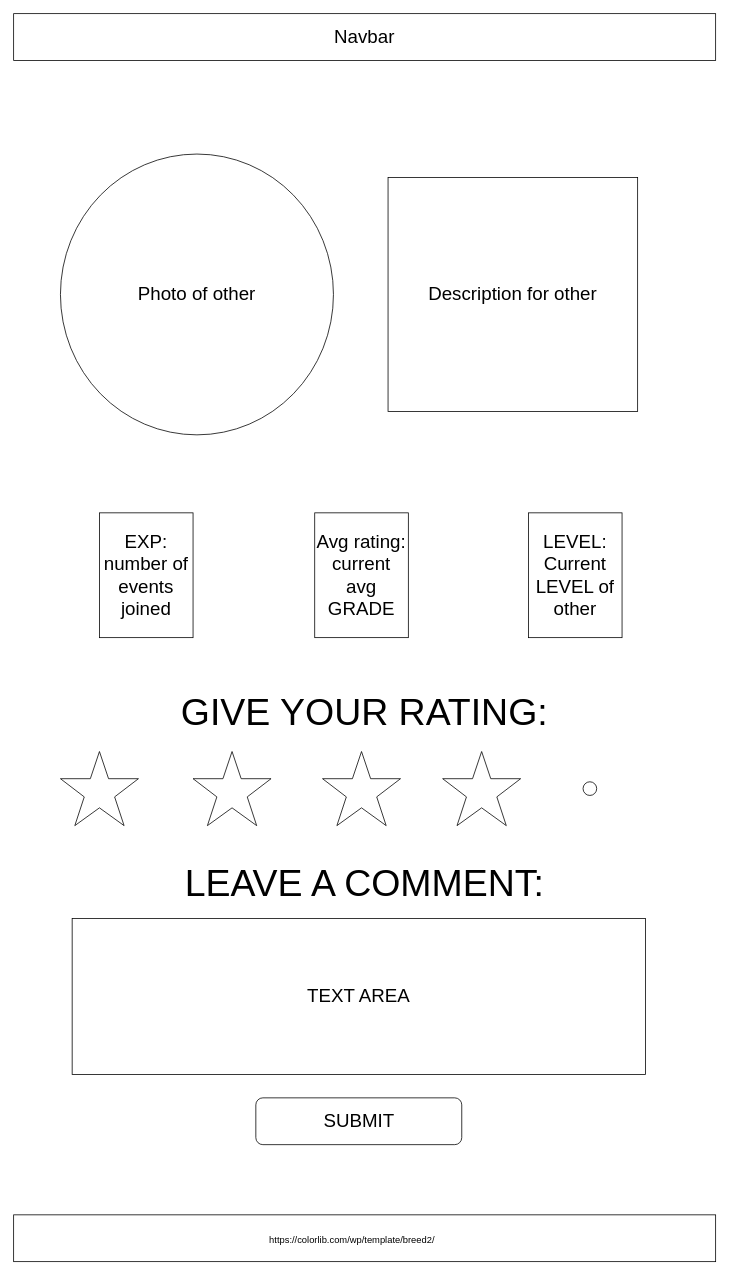
timven2004/letsHike keeps this draw.io diagram as wireframe/GivingGradesToOthers.drawio. Above is the earlier version. Source tidied: cells renumbered, new cells numbered last; positions are measured from the earlier drawing's top-left corner, leaving out a move shared by most shapes. Both pictures are drawn from the tidied source at 78%, with x=0, y=0 at pixel (13, 13).
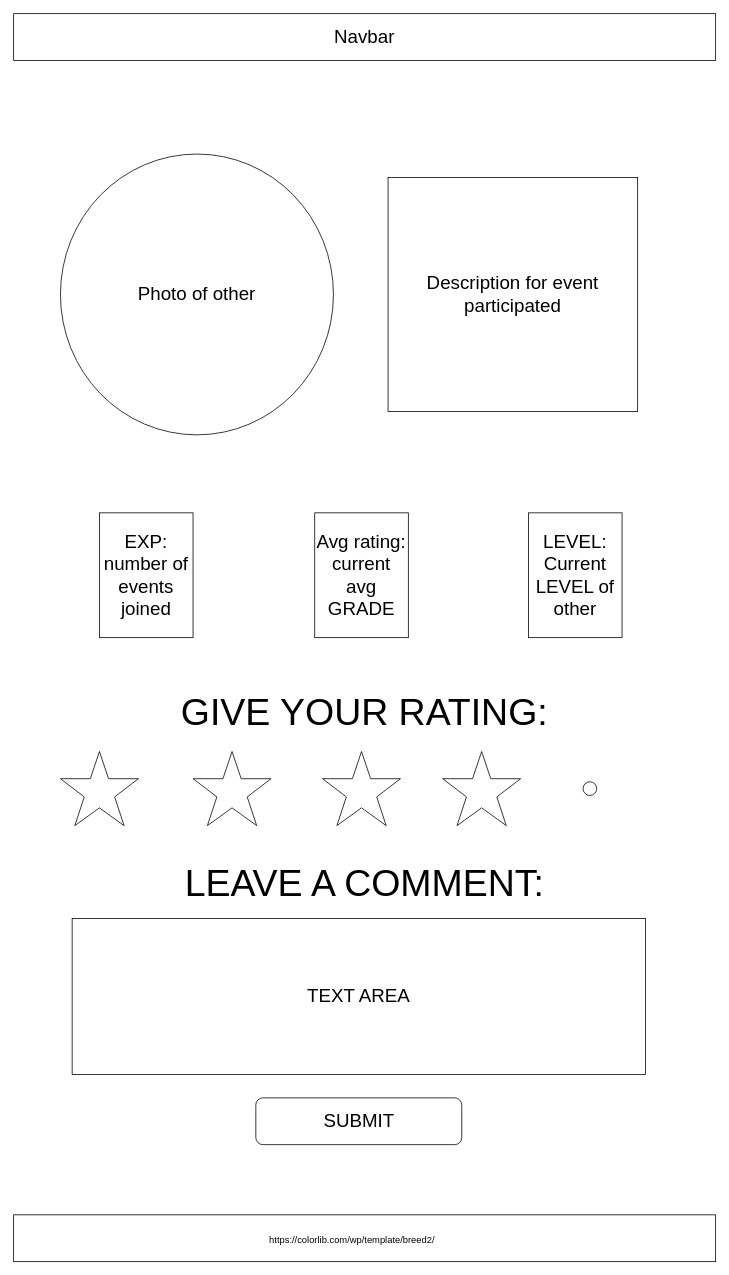
Above is the later version.

What changed in the source:
```diff
@@
 <mxGraphModel>
   <root>
     <mxCell id="0" />
     <mxCell id="1" parent="0" />
     <mxCell id="2" value="&lt;font style=&quot;font-size: 24px&quot;&gt;Photo of other&lt;/font&gt;" style="ellipse;whiteSpace=wrap;html=1;" parent="1" vertex="1">
       <mxGeometry x="60" y="180" width="350" height="360" as="geometry" />
     </mxCell>
     <mxCell id="3" value="&lt;font style=&quot;font-size: 24px&quot;&gt;Navbar&lt;/font&gt;" style="rounded=0;whiteSpace=wrap;html=1;" parent="1" vertex="1">
       <mxGeometry width="900" height="60" as="geometry" />
     </mxCell>
-    <mxCell id="4" value="&lt;font style=&quot;font-size: 24px&quot;&gt;Description for other&lt;/font&gt;" style="rounded=0;whiteSpace=wrap;html=1;" parent="1" vertex="1">
+    <mxCell id="4" value="&lt;font style=&quot;font-size: 24px&quot;&gt;Description for event participated&lt;/font&gt;" style="rounded=0;whiteSpace=wrap;html=1;" parent="1" vertex="1">
       <mxGeometry x="480" y="210" width="320" height="300" as="geometry" />
     </mxCell>
     <mxCell id="5" style="rounded=0;whiteSpace=wrap;html=1;" parent="1" vertex="1">
       <mxGeometry y="1540" width="900" height="60" as="geometry" />
     </mxCell>
     <mxCell id="6" value="https://colorlib.com/wp/template/breed2/" style="text;whiteSpace=wrap;html=1;" parent="1" vertex="1">
       <mxGeometry x="326" y="1559" width="240" height="30" as="geometry" />
     </mxCell>
     <mxCell id="7" value="&lt;font style=&quot;font-size: 24px&quot;&gt;EXP:&lt;br&gt;number of events joined&lt;br&gt;&lt;/font&gt;" style="rounded=0;whiteSpace=wrap;html=1;" parent="1" vertex="1">
       <mxGeometry x="110" y="640" width="120" height="160" as="geometry" />
     </mxCell>
     <mxCell id="8" value="&lt;font style=&quot;font-size: 24px&quot;&gt;Avg rating:&lt;br&gt;current avg GRADE&lt;br&gt;&lt;/font&gt;" style="rounded=0;whiteSpace=wrap;html=1;" parent="1" vertex="1">
       <mxGeometry x="386" y="640" width="120" height="160" as="geometry" />
     </mxCell>
     <mxCell id="9" value="&lt;font style=&quot;font-size: 24px&quot;&gt;LEVEL:&lt;br&gt;Current LEVEL of other&lt;br&gt;&lt;/font&gt;" style="rounded=0;whiteSpace=wrap;html=1;" parent="1" vertex="1">
       <mxGeometry x="660" y="640" width="120" height="160" as="geometry" />
     </mxCell>
     <mxCell id="10" value="&lt;font style=&quot;font-size: 48px&quot;&gt;GIVE YOUR RATING:&lt;/font&gt;" style="text;html=1;strokeColor=none;fillColor=none;align=center;verticalAlign=middle;whiteSpace=wrap;rounded=0;" parent="1" vertex="1">
       <mxGeometry x="195" y="870" width="510" height="50" as="geometry" />
     </mxCell>
     <mxCell id="11" style="verticalLabelPosition=bottom;verticalAlign=top;html=1;shape=mxgraph.basic.star;" parent="1" vertex="1">
       <mxGeometry x="230" y="946" width="100" height="95" as="geometry" />
     </mxCell>
     <mxCell id="12" style="verticalLabelPosition=bottom;verticalAlign=top;html=1;shape=mxgraph.basic.star;" parent="1" vertex="1">
       <mxGeometry x="60" y="946" width="100" height="95" as="geometry" />
     </mxCell>
     <mxCell id="13" style="verticalLabelPosition=bottom;verticalAlign=top;html=1;shape=mxgraph.basic.star;" parent="1" vertex="1">
       <mxGeometry x="396" y="946" width="100" height="95" as="geometry" />
     </mxCell>
     <mxCell id="14" style="verticalLabelPosition=bottom;verticalAlign=top;html=1;shape=mxgraph.basic.star;" parent="1" vertex="1">
       <mxGeometry x="550" y="946" width="100" height="95" as="geometry" />
     </mxCell>
     <mxCell id="15" style="ellipse;whiteSpace=wrap;html=1;" parent="1" vertex="1">
       <mxGeometry x="730" y="984.8" width="17.5" height="17.5" as="geometry" />
     </mxCell>
     <mxCell id="16" value="&lt;font style=&quot;font-size: 48px&quot;&gt;LEAVE A COMMENT:&lt;/font&gt;" style="text;html=1;strokeColor=none;fillColor=none;align=center;verticalAlign=middle;whiteSpace=wrap;rounded=0;" parent="1" vertex="1">
       <mxGeometry x="195" y="1090" width="510" height="50" as="geometry" />
     </mxCell>
     <mxCell id="17" value="&lt;font style=&quot;font-size: 24px&quot;&gt;TEXT AREA&lt;/font&gt;" style="rounded=0;whiteSpace=wrap;html=1;" parent="1" vertex="1">
       <mxGeometry x="75" y="1160" width="735" height="200" as="geometry" />
     </mxCell>
     <mxCell id="18" value="&lt;font style=&quot;font-size: 24px&quot;&gt;SUBMIT&lt;/font&gt;" style="rounded=1;whiteSpace=wrap;html=1;" parent="1" vertex="1">
       <mxGeometry x="310.5" y="1390" width="264" height="60" as="geometry" />
     </mxCell>
   </root>
 </mxGraphModel>
```
